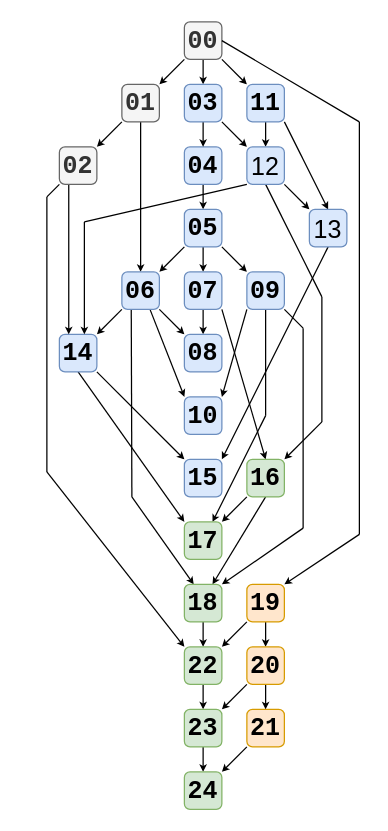
Before: RepresentationTheory/misc/library_structure.drawio in naproche/FLib, a draw.io diagram. Source tidied: cells renumbered, new cells numbered last; positions are measured from the earlier drawing's top-left corner, leaving out a move shared by most shapes. Both pictures are drawn from the tidied source at 125%, with x=0, y=0 at pixel (46, 21).
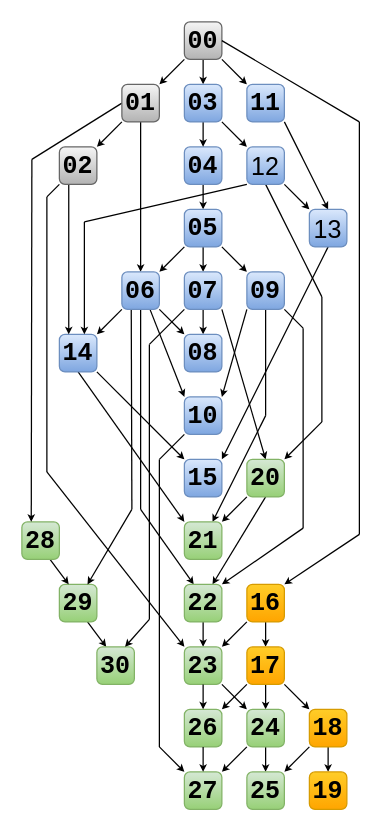
After the change.

Change to the diagram source:
```diff
@@
-    <mxCell id="4" value="&lt;span style=&quot;font-size: 20px&quot;&gt;00&lt;/span&gt;" style="whiteSpace=wrap;html=1;rounded=1;fontFamily=Courier New;fontStyle=1;fillColor=#f5f5f5;strokeColor=#666666;fontColor=#333333;" parent="1" vertex="1">
+    <mxCell id="4" value="&lt;span style=&quot;font-size: 20px&quot;&gt;00&lt;/span&gt;" style="whiteSpace=wrap;html=1;rounded=1;fontFamily=Courier New;fontStyle=1;fillColor=#f5f5f5;strokeColor=#666666;gradientColor=#b3b3b3;" parent="1" vertex="1">
       <mxGeometry x="110" width="30" height="30" as="geometry" />
     </mxCell>
@@
-    <mxCell id="6" value="&lt;span style=&quot;font-size: 20px&quot;&gt;04&lt;/span&gt;" style="whiteSpace=wrap;html=1;rounded=1;fontFamily=Courier New;fontStyle=1;fillColor=#dae8fc;strokeColor=#6c8ebf;" parent="1" vertex="1">
+    <mxCell id="6" value="&lt;span style=&quot;font-size: 20px&quot;&gt;04&lt;/span&gt;" style="whiteSpace=wrap;html=1;rounded=1;fontFamily=Courier New;fontStyle=1;fillColor=#dae8fc;strokeColor=#6c8ebf;gradientColor=#7ea6e0;" parent="1" vertex="1">
       <mxGeometry x="110" y="100" width="30" height="30" as="geometry" />
     </mxCell>
-    <mxCell id="7" style="jettySize=auto;html=1;exitX=0.5;exitY=1;exitDx=0;exitDy=0;entryX=0.5;entryY=0;entryDx=0;entryDy=0;fontFamily=Courier New;fontStyle=0;rounded=0;endArrow=classic;endFill=1;endSize=3;" parent="1" edge="1" source="9" target="48">
-      <mxGeometry relative="1" as="geometry" />
-    </mxCell>
@@
-    <mxCell id="9" value="&lt;span style=&quot;font-size: 20px&quot;&gt;11&lt;/span&gt;" style="whiteSpace=wrap;html=1;rounded=1;fontFamily=Courier New;fontStyle=1;fillColor=#dae8fc;strokeColor=#6c8ebf;" parent="1" vertex="1">
+    <mxCell id="9" value="&lt;span style=&quot;font-size: 20px&quot;&gt;11&lt;/span&gt;" style="whiteSpace=wrap;html=1;rounded=1;fontFamily=Courier New;fontStyle=1;fillColor=#dae8fc;strokeColor=#6c8ebf;gradientColor=#7ea6e0;" parent="1" vertex="1">
       <mxGeometry x="160" y="50" width="30" height="30" as="geometry" />
     </mxCell>
@@
-    <mxCell id="13" value="&lt;span style=&quot;font-size: 20px&quot;&gt;05&lt;/span&gt;" style="whiteSpace=wrap;html=1;rounded=1;fontFamily=Courier New;fontStyle=1;fillColor=#dae8fc;strokeColor=#6c8ebf;" parent="1" vertex="1">
+    <mxCell id="13" value="&lt;span style=&quot;font-size: 20px&quot;&gt;05&lt;/span&gt;" style="whiteSpace=wrap;html=1;rounded=1;fontFamily=Courier New;fontStyle=1;fillColor=#dae8fc;strokeColor=#6c8ebf;gradientColor=#7ea6e0;" parent="1" vertex="1">
       <mxGeometry x="110" y="150" width="30" height="30" as="geometry" />
     </mxCell>
@@
-    <mxCell id="16" value="&lt;span style=&quot;font-size: 20px&quot;&gt;03&lt;/span&gt;" style="whiteSpace=wrap;html=1;rounded=1;fontFamily=Courier New;fontStyle=1;fillColor=#dae8fc;strokeColor=#6c8ebf;" parent="1" vertex="1">
+    <mxCell id="16" value="&lt;span style=&quot;font-size: 20px&quot;&gt;03&lt;/span&gt;" style="whiteSpace=wrap;html=1;rounded=1;fontFamily=Courier New;fontStyle=1;fillColor=#dae8fc;strokeColor=#6c8ebf;gradientColor=#7ea6e0;" parent="1" vertex="1">
       <mxGeometry x="110" y="50" width="30" height="30" as="geometry" />
     </mxCell>
@@
+    <mxCell id="79" style="edgeStyle=none;rounded=0;jettySize=auto;html=1;exitX=0;exitY=0.5;exitDx=0;exitDy=0;endSize=3;endArrow=none;endFill=0;" parent="1" edge="1" source="19">
+      <mxGeometry relative="1" as="geometry">
+        <mxPoint x="-12" y="110" as="targetPoint" />
+      </mxGeometry>
+    </mxCell>
-    <mxCell id="19" value="&lt;span style=&quot;font-size: 20px&quot;&gt;01&lt;/span&gt;" style="whiteSpace=wrap;html=1;rounded=1;fontFamily=Courier New;fontStyle=1;fillColor=#f5f5f5;strokeColor=#666666;fontColor=#333333;" parent="1" vertex="1">
+    <mxCell id="19" value="&lt;span style=&quot;font-size: 20px&quot;&gt;01&lt;/span&gt;" style="whiteSpace=wrap;html=1;rounded=1;fontFamily=Courier New;fontStyle=1;fillColor=#f5f5f5;strokeColor=#666666;gradientColor=#b3b3b3;" parent="1" vertex="1">
       <mxGeometry x="60" y="50" width="30" height="30" as="geometry" />
     </mxCell>
@@
-    <mxCell id="22" value="&lt;span style=&quot;font-size: 20px&quot;&gt;07&lt;/span&gt;" style="whiteSpace=wrap;html=1;rounded=1;fontFamily=Courier New;fontStyle=1;fillColor=#dae8fc;strokeColor=#6c8ebf;" parent="1" vertex="1">
+    <mxCell id="22" value="&lt;span style=&quot;font-size: 20px&quot;&gt;07&lt;/span&gt;" style="whiteSpace=wrap;html=1;rounded=1;fontFamily=Courier New;fontStyle=1;fillColor=#dae8fc;strokeColor=#6c8ebf;gradientColor=#7ea6e0;" parent="1" vertex="1">
       <mxGeometry x="110" y="200" width="30" height="30" as="geometry" />
     </mxCell>
-    <mxCell id="23" value="&lt;span style=&quot;font-size: 20px&quot;&gt;08&lt;/span&gt;" style="whiteSpace=wrap;html=1;rounded=1;fontFamily=Courier New;fontStyle=1;fillColor=#dae8fc;strokeColor=#6c8ebf;" parent="1" vertex="1">
+    <mxCell id="23" value="&lt;span style=&quot;font-size: 20px&quot;&gt;08&lt;/span&gt;" style="whiteSpace=wrap;html=1;rounded=1;fontFamily=Courier New;fontStyle=1;fillColor=#dae8fc;strokeColor=#6c8ebf;gradientColor=#7ea6e0;" parent="1" vertex="1">
       <mxGeometry x="110" y="250" width="30" height="30" as="geometry" />
     </mxCell>
-    <mxCell id="24" value="&lt;span style=&quot;font-size: 20px&quot;&gt;15&lt;/span&gt;" style="whiteSpace=wrap;html=1;rounded=1;fontFamily=Courier New;fontStyle=1;fillColor=#dae8fc;strokeColor=#6c8ebf;" parent="1" vertex="1">
+    <mxCell id="24" value="&lt;span style=&quot;font-size: 20px&quot;&gt;15&lt;/span&gt;" style="whiteSpace=wrap;html=1;rounded=1;fontFamily=Courier New;fontStyle=1;fillColor=#dae8fc;strokeColor=#6c8ebf;gradientColor=#7ea6e0;" parent="1" vertex="1">
       <mxGeometry x="110" y="350" width="30" height="30" as="geometry" />
     </mxCell>
@@
-    <mxCell id="26" value="&lt;span style=&quot;font-size: 20px&quot;&gt;17&lt;/span&gt;" style="whiteSpace=wrap;html=1;rounded=1;fontFamily=Courier New;fontStyle=1;fillColor=#d5e8d4;strokeColor=#82b366;" parent="1" vertex="1">
+    <mxCell id="26" value="&lt;span style=&quot;font-size: 20px&quot;&gt;21&lt;/span&gt;" style="whiteSpace=wrap;html=1;rounded=1;fontFamily=Courier New;fontStyle=1;fillColor=#d5e8d4;strokeColor=#82b366;gradientColor=#97d077;" parent="1" vertex="1">
       <mxGeometry x="110" y="400" width="30" height="30" as="geometry" />
     </mxCell>
-    <mxCell id="27" value="&lt;span style=&quot;font-size: 20px&quot;&gt;10&lt;/span&gt;" style="whiteSpace=wrap;html=1;rounded=1;fontFamily=Courier New;fontStyle=1;fillColor=#dae8fc;strokeColor=#6c8ebf;" parent="1" vertex="1">
+    <mxCell id="27" value="&lt;span style=&quot;font-size: 20px&quot;&gt;10&lt;/span&gt;" style="whiteSpace=wrap;html=1;rounded=1;fontFamily=Courier New;fontStyle=1;fillColor=#dae8fc;strokeColor=#6c8ebf;gradientColor=#7ea6e0;" parent="1" vertex="1">
       <mxGeometry x="110" y="300" width="30" height="30" as="geometry" />
     </mxCell>
@@
-    <mxCell id="31" style="edgeStyle=none;rounded=0;jettySize=auto;html=1;exitX=0.25;exitY=1;exitDx=0;exitDy=0;endSize=3;endArrow=none;endFill=0;" parent="1" edge="1" source="32">
+    <mxCell id="31" style="edgeStyle=none;rounded=0;jettySize=auto;html=1;endSize=3;endArrow=none;endFill=0;exitX=0.5;exitY=1;exitDx=0;exitDy=0;" parent="1" edge="1" source="32">
       <mxGeometry relative="1" as="geometry">
-        <mxPoint x="68" y="380" as="targetPoint" />
+        <mxPoint x="75" y="390" as="targetPoint" />
       </mxGeometry>
     </mxCell>
+    <mxCell id="80" style="edgeStyle=none;rounded=0;jettySize=auto;html=1;endSize=3;endArrow=none;endFill=0;exitX=0.25;exitY=1;exitDx=0;exitDy=0;" parent="1" edge="1" source="32">
+      <mxGeometry relative="1" as="geometry">
+        <mxPoint x="68" y="390" as="targetPoint" />
+      </mxGeometry>
+    </mxCell>
-    <mxCell id="32" value="&lt;span style=&quot;font-size: 20px&quot;&gt;06&lt;/span&gt;" style="whiteSpace=wrap;html=1;rounded=1;fontFamily=Courier New;fontStyle=1;fillColor=#dae8fc;strokeColor=#6c8ebf;" parent="1" vertex="1">
+    <mxCell id="32" value="&lt;span style=&quot;font-size: 20px&quot;&gt;06&lt;/span&gt;" style="whiteSpace=wrap;html=1;rounded=1;fontFamily=Courier New;fontStyle=1;fillColor=#dae8fc;strokeColor=#6c8ebf;gradientColor=#7ea6e0;" parent="1" vertex="1">
       <mxGeometry x="60" y="200" width="30" height="30" as="geometry" />
     </mxCell>
@@
-    <mxCell id="36" value="&lt;span style=&quot;font-size: 20px&quot;&gt;14&lt;/span&gt;" style="whiteSpace=wrap;html=1;rounded=1;fontFamily=Courier New;fontStyle=1;fillColor=#dae8fc;strokeColor=#6c8ebf;" parent="1" vertex="1">
+    <mxCell id="36" value="&lt;span style=&quot;font-size: 20px&quot;&gt;14&lt;/span&gt;" style="whiteSpace=wrap;html=1;rounded=1;fontFamily=Courier New;fontStyle=1;fillColor=#dae8fc;strokeColor=#6c8ebf;gradientColor=#7ea6e0;" parent="1" vertex="1">
       <mxGeometry x="10" y="250" width="30" height="30" as="geometry" />
     </mxCell>
@@
-    <mxCell id="39" value="&lt;span style=&quot;font-size: 20px&quot;&gt;02&lt;/span&gt;" style="whiteSpace=wrap;html=1;rounded=1;fontFamily=Courier New;fontStyle=1;fillColor=#f5f5f5;strokeColor=#666666;fontColor=#333333;" parent="1" vertex="1">
+    <mxCell id="39" value="&lt;span style=&quot;font-size: 20px&quot;&gt;02&lt;/span&gt;" style="whiteSpace=wrap;html=1;rounded=1;fontFamily=Courier New;fontStyle=1;fillColor=#f5f5f5;strokeColor=#666666;gradientColor=#b3b3b3;" parent="1" vertex="1">
       <mxGeometry x="10" y="100" width="30" height="30" as="geometry" />
     </mxCell>
@@
-    <mxCell id="42" value="&lt;span style=&quot;font-size: 20px&quot;&gt;16&lt;/span&gt;" style="whiteSpace=wrap;html=1;rounded=1;fontFamily=Courier New;fontStyle=1;fillColor=#d5e8d4;strokeColor=#82b366;" parent="1" vertex="1">
+    <mxCell id="42" value="&lt;span style=&quot;font-size: 20px&quot;&gt;20&lt;/span&gt;" style="whiteSpace=wrap;html=1;rounded=1;fontFamily=Courier New;fontStyle=1;fillColor=#d5e8d4;strokeColor=#82b366;gradientColor=#97d077;" parent="1" vertex="1">
       <mxGeometry x="160" y="350" width="30" height="30" as="geometry" />
     </mxCell>
@@
-    <mxCell id="45" value="&lt;span style=&quot;font-size: 20px&quot;&gt;09&lt;/span&gt;" style="whiteSpace=wrap;html=1;rounded=1;fontFamily=Courier New;fontStyle=1;fillColor=#dae8fc;strokeColor=#6c8ebf;" parent="1" vertex="1">
+    <mxCell id="45" value="&lt;span style=&quot;font-size: 20px&quot;&gt;09&lt;/span&gt;" style="whiteSpace=wrap;html=1;rounded=1;fontFamily=Courier New;fontStyle=1;fillColor=#dae8fc;strokeColor=#6c8ebf;gradientColor=#7ea6e0;" parent="1" vertex="1">
       <mxGeometry x="160" y="200" width="30" height="30" as="geometry" />
     </mxCell>
@@
-    <mxCell id="48" value="&lt;span style=&quot;font-size: 20px&quot;&gt;12&lt;/span&gt;" style="whiteSpace=wrap;html=1;rounded=1;fontStyle=0;fillColor=#dae8fc;strokeColor=#6c8ebf;" parent="1" vertex="1">
+    <mxCell id="48" value="&lt;span style=&quot;font-size: 20px&quot;&gt;12&lt;/span&gt;" style="whiteSpace=wrap;html=1;rounded=1;fontStyle=0;fillColor=#dae8fc;strokeColor=#6c8ebf;gradientColor=#7ea6e0;" parent="1" vertex="1">
       <mxGeometry x="160" y="100" width="30" height="30" as="geometry" />
     </mxCell>
@@
-    <mxCell id="50" value="&lt;span style=&quot;font-size: 20px&quot;&gt;13&lt;/span&gt;" style="whiteSpace=wrap;html=1;rounded=1;fontStyle=0;fillColor=#dae8fc;strokeColor=#6c8ebf;" parent="1" vertex="1">
+    <mxCell id="50" value="&lt;span style=&quot;font-size: 20px&quot;&gt;13&lt;/span&gt;" style="whiteSpace=wrap;html=1;rounded=1;fontStyle=0;fillColor=#dae8fc;strokeColor=#6c8ebf;gradientColor=#7ea6e0;" parent="1" vertex="1">
       <mxGeometry x="210" y="150" width="30" height="30" as="geometry" />
     </mxCell>
@@
     <mxCell id="52" style="edgeStyle=none;rounded=0;jettySize=auto;html=1;endArrow=classic;endFill=1;endSize=3;startArrow=none;startFill=0;entryX=0.25;entryY=0;entryDx=0;entryDy=0;" parent="1" edge="1" target="53">
       <mxGeometry relative="1" as="geometry">
-        <mxPoint x="68" y="380" as="sourcePoint" />
+        <mxPoint x="75" y="390" as="sourcePoint" />
       </mxGeometry>
     </mxCell>
-    <mxCell id="53" value="&lt;span style=&quot;font-size: 20px&quot;&gt;18&lt;/span&gt;" style="whiteSpace=wrap;html=1;rounded=1;fontFamily=Courier New;fontStyle=1;fillColor=#d5e8d4;strokeColor=#82b366;" parent="1" vertex="1">
+    <mxCell id="53" value="&lt;span style=&quot;font-size: 20px&quot;&gt;22&lt;/span&gt;" style="whiteSpace=wrap;html=1;rounded=1;fontFamily=Courier New;fontStyle=1;fillColor=#d5e8d4;strokeColor=#82b366;gradientColor=#97d077;" parent="1" vertex="1">
       <mxGeometry x="110" y="450" width="30" height="30" as="geometry" />
     </mxCell>
@@
-    <mxCell id="56" value="&lt;span style=&quot;font-size: 20px&quot;&gt;19&lt;/span&gt;" style="whiteSpace=wrap;html=1;rounded=1;fontFamily=Courier New;fontStyle=1;fillColor=#ffe6cc;strokeColor=#d79b00;" parent="1" vertex="1">
+    <mxCell id="56" value="&lt;span style=&quot;font-size: 20px&quot;&gt;16&lt;/span&gt;" style="whiteSpace=wrap;html=1;rounded=1;fontFamily=Courier New;fontStyle=1;fillColor=#ffcd28;strokeColor=#d79b00;gradientColor=#ffa500;" parent="1" vertex="1">
       <mxGeometry x="160" y="450" width="30" height="30" as="geometry" />
     </mxCell>
@@
+    <mxCell id="81" style="rounded=0;jettySize=auto;html=1;exitX=0.5;exitY=1;exitDx=0;exitDy=0;entryX=0.5;entryY=0;entryDx=0;entryDy=0;endSize=3;" parent="1" edge="1" source="64" target="82">
+      <mxGeometry relative="1" as="geometry" />
+    </mxCell>
-    <mxCell id="64" value="&lt;span style=&quot;font-size: 20px&quot;&gt;21&lt;/span&gt;" style="whiteSpace=wrap;html=1;rounded=1;fontFamily=Courier New;fontStyle=1;fillColor=#ffe6cc;strokeColor=#d79b00;" parent="1" vertex="1">
-      <mxGeometry x="160" y="550" width="30" height="30" as="geometry" />
+    <mxCell id="64" value="&lt;span style=&quot;font-size: 20px&quot;&gt;18&lt;/span&gt;" style="whiteSpace=wrap;html=1;rounded=1;fontFamily=Courier New;fontStyle=1;fillColor=#ffcd28;strokeColor=#d79b00;gradientColor=#ffa500;" parent="1" vertex="1">
+      <mxGeometry x="210" y="550" width="30" height="30" as="geometry" />
     </mxCell>
-    <mxCell id="65" style="jettySize=auto;html=1;exitX=0;exitY=1;exitDx=0;exitDy=0;entryX=1;entryY=0;entryDx=0;entryDy=0;fontFamily=Courier New;rounded=0;endArrow=classic;endFill=1;endSize=3;" parent="1" edge="1" source="67" target="71">
+    <mxCell id="65" style="jettySize=auto;html=1;exitX=0.5;exitY=1;exitDx=0;exitDy=0;entryX=0.5;entryY=0;entryDx=0;entryDy=0;fontFamily=Courier New;rounded=0;endArrow=classic;endFill=1;endSize=3;" parent="1" edge="1" source="67" target="71">
       <mxGeometry relative="1" as="geometry" />
     </mxCell>
-    <mxCell id="66" style="jettySize=auto;html=1;exitX=0.5;exitY=1;exitDx=0;exitDy=0;entryX=0.5;entryY=0;entryDx=0;entryDy=0;rounded=0;endArrow=classic;endFill=1;endSize=3;" parent="1" edge="1" source="67" target="64">
+    <mxCell id="66" style="jettySize=auto;html=1;exitX=1;exitY=1;exitDx=0;exitDy=0;entryX=0;entryY=0;entryDx=0;entryDy=0;rounded=0;endArrow=classic;endFill=1;endSize=3;" parent="1" edge="1" source="67" target="64">
       <mxGeometry relative="1" as="geometry" />
     </mxCell>
-    <mxCell id="67" value="&lt;span style=&quot;font-size: 20px&quot;&gt;20&lt;/span&gt;" style="whiteSpace=wrap;html=1;rounded=1;fontFamily=Courier New;fontStyle=1;fillColor=#ffe6cc;strokeColor=#d79b00;" parent="1" vertex="1">
+    <mxCell id="67" value="&lt;span style=&quot;font-size: 20px&quot;&gt;17&lt;/span&gt;" style="whiteSpace=wrap;html=1;rounded=1;fontFamily=Courier New;fontStyle=1;fillColor=#ffcd28;strokeColor=#d79b00;gradientColor=#ffa500;" parent="1" vertex="1">
       <mxGeometry x="160" y="500" width="30" height="30" as="geometry" />
     </mxCell>
-    <mxCell id="68" style="jettySize=auto;html=1;exitX=0.5;exitY=1;exitDx=0;exitDy=0;entryX=0.5;entryY=0;entryDx=0;entryDy=0;fontFamily=Courier New;rounded=0;endArrow=classic;endFill=1;endSize=3;" parent="1" edge="1" source="69" target="71">
+    <mxCell id="68" style="jettySize=auto;html=1;exitX=1;exitY=1;exitDx=0;exitDy=0;entryX=0;entryY=0;entryDx=0;entryDy=0;fontFamily=Courier New;rounded=0;endArrow=classic;endFill=1;endSize=3;" parent="1" edge="1" source="69" target="71">
       <mxGeometry relative="1" as="geometry" />
     </mxCell>
-    <mxCell id="69" value="&lt;span style=&quot;font-size: 20px&quot;&gt;22&lt;/span&gt;" style="whiteSpace=wrap;html=1;rounded=1;fontFamily=Courier New;fontStyle=1;fillColor=#d5e8d4;strokeColor=#82b366;" parent="1" vertex="1">
+    <mxCell id="69" value="&lt;span style=&quot;font-size: 20px&quot;&gt;23&lt;/span&gt;" style="whiteSpace=wrap;html=1;rounded=1;fontFamily=Courier New;fontStyle=1;fillColor=#d5e8d4;strokeColor=#82b366;gradientColor=#97d077;" parent="1" vertex="1">
       <mxGeometry x="110" y="500" width="30" height="30" as="geometry" />
     </mxCell>
@@
-    <mxCell id="71" value="&lt;span style=&quot;font-size: 20px&quot;&gt;23&lt;/span&gt;" style="whiteSpace=wrap;html=1;rounded=1;fontFamily=Courier New;fontStyle=1;fillColor=#d5e8d4;strokeColor=#82b366;" parent="1" vertex="1">
-      <mxGeometry x="110" y="550" width="30" height="30" as="geometry" />
+    <mxCell id="71" value="&lt;span style=&quot;font-size: 20px&quot;&gt;24&lt;/span&gt;" style="whiteSpace=wrap;html=1;rounded=1;fontFamily=Courier New;fontStyle=1;fillColor=#d5e8d4;strokeColor=#82b366;gradientColor=#97d077;" parent="1" vertex="1">
+      <mxGeometry x="160" y="550" width="30" height="30" as="geometry" />
     </mxCell>
-    <mxCell id="72" value="&lt;span style=&quot;font-size: 20px&quot;&gt;24&lt;/span&gt;" style="whiteSpace=wrap;html=1;rounded=1;fontFamily=Courier New;fontStyle=1;fillColor=#d5e8d4;strokeColor=#82b366;" parent="1" vertex="1">
-      <mxGeometry x="110" y="600" width="30" height="30" as="geometry" />
+    <mxCell id="72" value="&lt;span style=&quot;font-size: 20px&quot;&gt;25&lt;/span&gt;" style="whiteSpace=wrap;html=1;rounded=1;fontFamily=Courier New;fontStyle=1;fillColor=#d5e8d4;strokeColor=#82b366;gradientColor=#97d077;" parent="1" vertex="1">
+      <mxGeometry x="160" y="600" width="30" height="30" as="geometry" />
     </mxCell>
@@
+    <mxCell id="82" value="&lt;span style=&quot;font-size: 20px&quot;&gt;19&lt;/span&gt;" style="whiteSpace=wrap;html=1;rounded=1;fontFamily=Courier New;fontStyle=1;fillColor=#ffcd28;strokeColor=#d79b00;gradientColor=#ffa500;" parent="1" vertex="1">
+      <mxGeometry x="210" y="600" width="30" height="30" as="geometry" />
+    </mxCell>
+    <mxCell id="83" style="edgeStyle=none;rounded=0;jettySize=auto;html=1;exitX=0.75;exitY=1;exitDx=0;exitDy=0;entryX=0.25;entryY=0;entryDx=0;entryDy=0;endArrow=classic;endFill=1;endSize=3;" parent="1" edge="1" source="84" target="89">
+      <mxGeometry relative="1" as="geometry" />
+    </mxCell>
+    <mxCell id="84" value="&lt;span style=&quot;font-size: 20px&quot;&gt;29&lt;/span&gt;" style="whiteSpace=wrap;html=1;rounded=1;fontFamily=Courier New;fontStyle=1;fillColor=#d5e8d4;strokeColor=#82b366;gradientColor=#97d077;" parent="1" vertex="1">
+      <mxGeometry x="10" y="450" width="30" height="30" as="geometry" />
+    </mxCell>
+    <mxCell id="85" style="endArrow=classic;html=1;entryX=0.75;entryY=0;entryDx=0;entryDy=0;endSize=3;" parent="1" edge="1" target="84">
+      <mxGeometry relative="1" as="geometry">
+        <mxPoint x="68" y="390" as="sourcePoint" />
+      </mxGeometry>
+    </mxCell>
+    <mxCell id="86" style="edgeStyle=none;rounded=0;jettySize=auto;html=1;exitX=0.75;exitY=1;exitDx=0;exitDy=0;entryX=0.25;entryY=0;entryDx=0;entryDy=0;endArrow=classic;endFill=1;endSize=3;" parent="1" edge="1" source="87" target="84">
+      <mxGeometry relative="1" as="geometry" />
+    </mxCell>
+    <mxCell id="87" value="&lt;span style=&quot;font-size: 20px&quot;&gt;28&lt;/span&gt;" style="whiteSpace=wrap;html=1;rounded=1;fontFamily=Courier New;fontStyle=1;fillColor=#d5e8d4;strokeColor=#82b366;gradientColor=#97d077;" parent="1" vertex="1">
+      <mxGeometry x="-20" y="400" width="30" height="30" as="geometry" />
+    </mxCell>
+    <mxCell id="88" style="endArrow=classic;html=1;entryX=0.25;entryY=0;entryDx=0;entryDy=0;endSize=3;" parent="1" edge="1" target="87">
+      <mxGeometry relative="1" as="geometry">
+        <mxPoint x="-12" y="110" as="sourcePoint" />
+      </mxGeometry>
+    </mxCell>
+    <mxCell id="89" value="&lt;span style=&quot;font-size: 20px&quot;&gt;30&lt;/span&gt;" style="whiteSpace=wrap;html=1;rounded=1;fontFamily=Courier New;fontStyle=1;fillColor=#d5e8d4;strokeColor=#82b366;gradientColor=#97d077;" parent="1" vertex="1">
+      <mxGeometry x="40" y="500" width="30" height="30" as="geometry" />
+    </mxCell>
+    <mxCell id="90" value="&lt;span style=&quot;font-size: 20px&quot;&gt;26&lt;/span&gt;" style="whiteSpace=wrap;html=1;rounded=1;fontFamily=Courier New;fontStyle=1;fillColor=#d5e8d4;strokeColor=#82b366;gradientColor=#97d077;" parent="1" vertex="1">
+      <mxGeometry x="110" y="550" width="30" height="30" as="geometry" />
+    </mxCell>
+    <mxCell id="91" style="jettySize=auto;html=1;fontFamily=Courier New;rounded=0;endArrow=classic;endFill=1;endSize=3;exitX=0.5;exitY=1;exitDx=0;exitDy=0;entryX=0.5;entryY=0;entryDx=0;entryDy=0;" parent="1" edge="1" source="69" target="90">
+      <mxGeometry relative="1" as="geometry" />
+    </mxCell>
+    <mxCell id="92" style="edgeStyle=none;rounded=0;jettySize=auto;html=1;endArrow=none;endFill=0;endSize=3;exitX=0;exitY=1;exitDx=0;exitDy=0;" parent="1" edge="1" source="27">
+      <mxGeometry relative="1" as="geometry">
+        <mxPoint x="90" y="350" as="targetPoint" />
+      </mxGeometry>
+    </mxCell>
+    <mxCell id="93" style="endArrow=classic;html=1;fontFamily=Courier New;entryX=1;entryY=0;entryDx=0;entryDy=0;rounded=0;endFill=1;endSize=3;exitX=0;exitY=1;exitDx=0;exitDy=0;" parent="1" edge="1" source="67" target="90">
+      <mxGeometry relative="1" as="geometry" />
+    </mxCell>
+    <mxCell id="94" value="&lt;span style=&quot;font-size: 20px&quot;&gt;27&lt;/span&gt;" style="whiteSpace=wrap;html=1;rounded=1;fontFamily=Courier New;fontStyle=1;fillColor=#d5e8d4;strokeColor=#82b366;gradientColor=#97d077;" parent="1" vertex="1">
+      <mxGeometry x="110" y="600" width="30" height="30" as="geometry" />
+    </mxCell>
+    <mxCell id="95" style="jettySize=auto;html=1;exitX=0.5;exitY=1;exitDx=0;exitDy=0;entryX=0.5;entryY=0;entryDx=0;entryDy=0;fontFamily=Courier New;rounded=0;endArrow=classic;endFill=1;endSize=3;" parent="1" edge="1" source="90" target="94">
+      <mxGeometry relative="1" as="geometry" />
+    </mxCell>
+    <mxCell id="96" style="jettySize=auto;html=1;fontFamily=Courier New;rounded=0;endArrow=classic;endFill=1;endSize=3;exitX=0;exitY=1;exitDx=0;exitDy=0;entryX=1;entryY=0;entryDx=0;entryDy=0;" parent="1" edge="1" source="71" target="94">
+      <mxGeometry relative="1" as="geometry" />
+    </mxCell>
+    <mxCell id="97" style="edgeStyle=none;rounded=0;orthogonalLoop=1;jettySize=auto;html=1;endSize=3;endArrow=none;endFill=0;" parent="1" edge="1">
+      <mxGeometry relative="1" as="geometry">
+        <mxPoint x="90" y="350" as="sourcePoint" />
+        <mxPoint x="90" y="580" as="targetPoint" />
+      </mxGeometry>
+    </mxCell>
+    <mxCell id="98" style="jettySize=auto;html=1;exitX=1;exitY=1;exitDx=0;exitDy=0;rounded=0;endArrow=classic;endFill=1;endSize=3;entryX=0;entryY=0;entryDx=0;entryDy=0;" parent="1" edge="1" target="94">
+      <mxGeometry relative="1" as="geometry">
+        <mxPoint x="90" y="580" as="sourcePoint" />
+      </mxGeometry>
+    </mxCell>
+    <mxCell id="99" style="edgeStyle=none;rounded=0;jettySize=auto;html=1;endArrow=none;endFill=0;endSize=3;exitX=0;exitY=1;exitDx=0;exitDy=0;" parent="1" edge="1" source="22">
+      <mxGeometry relative="1" as="geometry">
+        <mxPoint x="82" y="258" as="targetPoint" />
+      </mxGeometry>
+    </mxCell>
+    <mxCell id="100" style="edgeStyle=none;rounded=0;orthogonalLoop=1;jettySize=auto;html=1;endSize=3;endArrow=none;endFill=0;" parent="1" edge="1">
+      <mxGeometry relative="1" as="geometry">
+        <mxPoint x="82" y="258" as="sourcePoint" />
+        <mxPoint x="82" y="478" as="targetPoint" />
+      </mxGeometry>
+    </mxCell>
+    <mxCell id="101" style="jettySize=auto;html=1;exitX=0;exitY=1;exitDx=0;exitDy=0;fontFamily=Courier New;rounded=0;endArrow=classic;endFill=1;endSize=3;entryX=0.75;entryY=0;entryDx=0;entryDy=0;" parent="1" edge="1" target="89">
+      <mxGeometry relative="1" as="geometry">
+        <mxPoint x="82" y="478" as="sourcePoint" />
+      </mxGeometry>
+    </mxCell>
```
